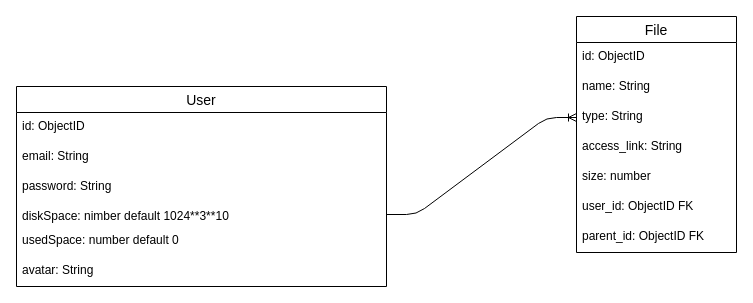
This is server/docs/cloudDriveDiagram.drawio from SalischevAV/clouddrive, a draw.io file, before an edit. Source tidied: cells renumbered, new cells numbered last; positions are measured from the earlier drawing's top-left corner, leaving out a move shared by most shapes. Both pictures are drawn from the tidied source at 100%, with x=0, y=0 at pixel (16, 16).
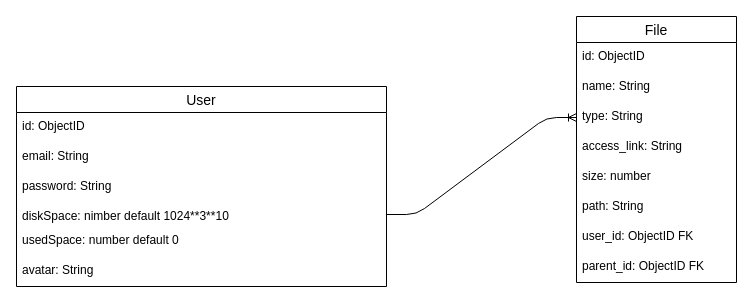
After the change.

What changed in the source:
```diff
@@
 <mxGraphModel>
   <root>
     <mxCell id="0" />
     <mxCell id="1" parent="0" />
     <mxCell id="2" value="User" style="swimlane;fontStyle=0;horizontal=1;startSize=26;align=center;fontSize=14;" parent="1" vertex="1">
       <mxGeometry y="70" width="370" height="200" as="geometry" />
     </mxCell>
     <mxCell id="3" value="id: ObjectID" style="text;strokeColor=none;fillColor=none;spacingLeft=4;spacingRight=4;overflow=hidden;fontSize=12;" parent="2" vertex="1">
       <mxGeometry y="26" width="370" height="30" as="geometry" />
     </mxCell>
     <mxCell id="4" value="email: String" style="text;strokeColor=none;fillColor=none;spacingLeft=4;spacingRight=4;overflow=hidden;fontSize=12;" parent="2" vertex="1">
       <mxGeometry y="56" width="370" height="30" as="geometry" />
     </mxCell>
     <mxCell id="5" value="password: String" style="text;strokeColor=none;fillColor=none;spacingLeft=4;spacingRight=4;overflow=hidden;fontSize=12;" parent="2" vertex="1">
       <mxGeometry y="86" width="370" height="30" as="geometry" />
     </mxCell>
     <mxCell id="6" value="diskSpace: nimber default 1024**3**10" style="text;strokeColor=none;fillColor=none;spacingLeft=4;spacingRight=4;overflow=hidden;points=[[0,0.5],[1,0.5]];portConstraint=eastwest;fontSize=12;" parent="2" vertex="1">
       <mxGeometry y="116" width="370" height="24" as="geometry" />
     </mxCell>
     <mxCell id="7" value="usedSpace: number default 0" style="text;strokeColor=none;fillColor=none;spacingLeft=4;spacingRight=4;overflow=hidden;fontSize=12;" parent="2" vertex="1">
       <mxGeometry y="140" width="370" height="30" as="geometry" />
     </mxCell>
     <mxCell id="8" value="avatar: String" style="text;strokeColor=none;fillColor=none;spacingLeft=4;spacingRight=4;overflow=hidden;fontSize=12;" parent="2" vertex="1">
       <mxGeometry y="170" width="370" height="30" as="geometry" />
     </mxCell>
     <mxCell id="9" style="edgeStyle=entityRelationEdgeStyle;fontSize=12;html=1;endArrow=ERoneToMany;exitX=1;exitY=0.5;exitDx=0;exitDy=0;entryX=0;entryY=0.5;entryDx=0;entryDy=0;" parent="1" edge="1" source="6" target="13">
       <mxGeometry relative="1" as="geometry" />
     </mxCell>
     <mxCell id="10" value="File" style="swimlane;fontStyle=0;horizontal=1;startSize=26;align=center;fontSize=14;" parent="1" vertex="1">
-      <mxGeometry x="560" width="160" height="236" as="geometry" />
+      <mxGeometry x="560" width="160" height="266" as="geometry" />
     </mxCell>
     <mxCell id="11" value="id: ObjectID" style="text;strokeColor=none;fillColor=none;spacingLeft=4;spacingRight=4;overflow=hidden;fontSize=12;" parent="10" vertex="1">
       <mxGeometry y="26" width="160" height="30" as="geometry" />
     </mxCell>
     <mxCell id="12" value="name: String" style="text;strokeColor=none;fillColor=none;spacingLeft=4;spacingRight=4;overflow=hidden;fontSize=12;" parent="10" vertex="1">
       <mxGeometry y="56" width="160" height="30" as="geometry" />
     </mxCell>
     <mxCell id="13" value="type: String" style="text;strokeColor=none;fillColor=none;spacingLeft=4;spacingRight=4;overflow=hidden;points=[[0,0.5],[1,0.5]];portConstraint=eastwest;fontSize=12;" parent="10" vertex="1">
       <mxGeometry y="86" width="160" height="30" as="geometry" />
     </mxCell>
     <mxCell id="14" value="access_link: String" style="text;strokeColor=none;fillColor=none;spacingLeft=4;spacingRight=4;overflow=hidden;fontSize=12;" parent="10" vertex="1">
       <mxGeometry y="116" width="160" height="30" as="geometry" />
     </mxCell>
     <mxCell id="15" value="size: number" style="text;strokeColor=none;fillColor=none;spacingLeft=4;spacingRight=4;overflow=hidden;fontSize=12;" parent="10" vertex="1">
       <mxGeometry y="146" width="160" height="30" as="geometry" />
     </mxCell>
+    <mxCell id="18" value="path: String&#10;" style="text;strokeColor=none;fillColor=none;spacingLeft=4;spacingRight=4;overflow=hidden;fontSize=12;" parent="10" vertex="1">
+      <mxGeometry y="176" width="160" height="30" as="geometry" />
+    </mxCell>
     <mxCell id="16" value="user_id: ObjectID FK" style="text;strokeColor=none;fillColor=none;spacingLeft=4;spacingRight=4;overflow=hidden;fontSize=12;" parent="10" vertex="1">
-      <mxGeometry y="176" width="160" height="30" as="geometry" />
+      <mxGeometry y="206" width="160" height="30" as="geometry" />
     </mxCell>
     <mxCell id="17" value="parent_id: ObjectID FK" style="text;strokeColor=none;fillColor=none;spacingLeft=4;spacingRight=4;overflow=hidden;fontSize=12;" parent="10" vertex="1">
-      <mxGeometry y="206" width="160" height="30" as="geometry" />
+      <mxGeometry y="236" width="160" height="30" as="geometry" />
     </mxCell>
   </root>
 </mxGraphModel>
```
